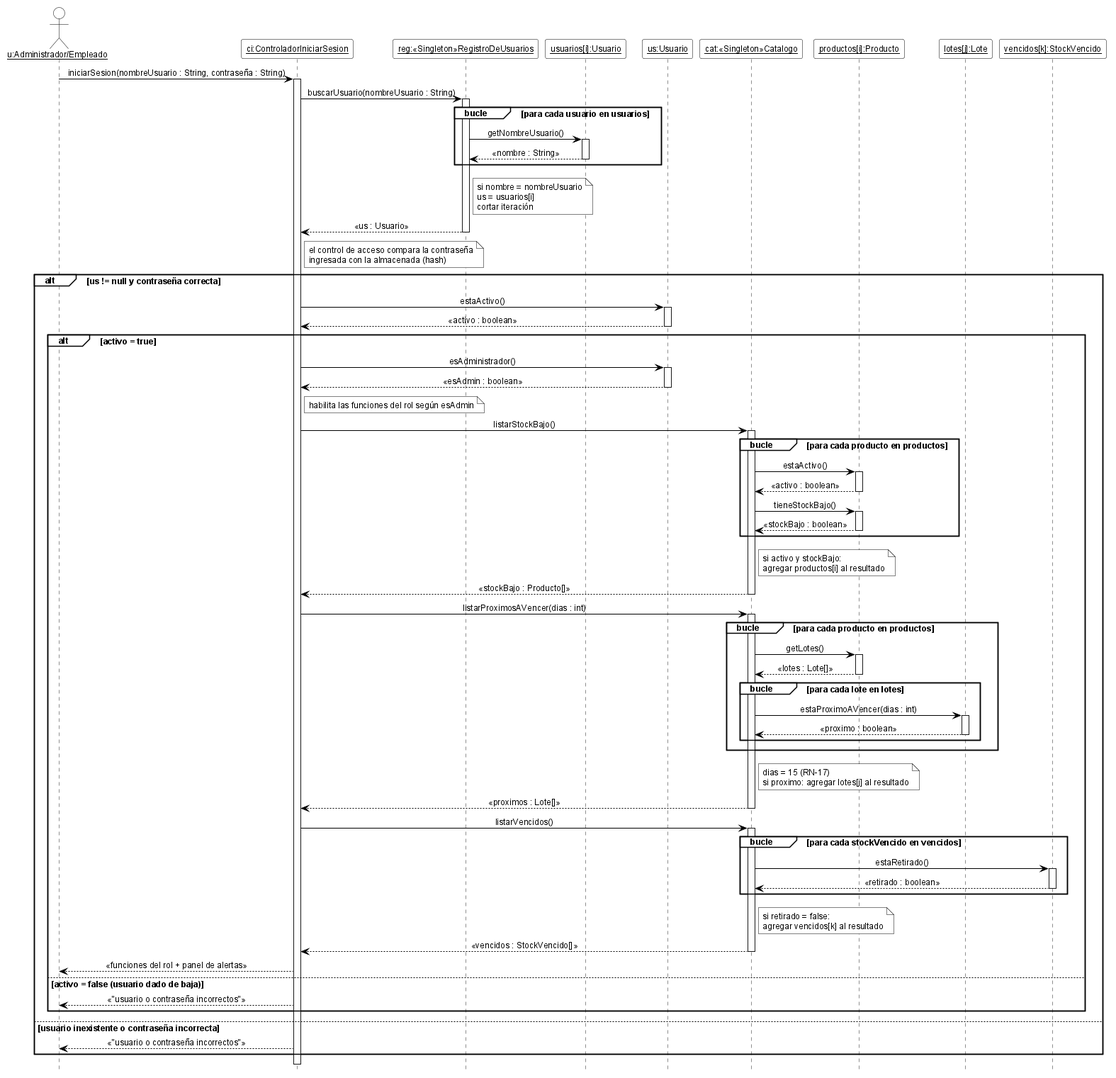
This is 08-Diagrama De Secuencia/DSD_CU-01_iniciarSesion.png from cirotop/Stock-Project, a PlantUML export, as it was before one commit.
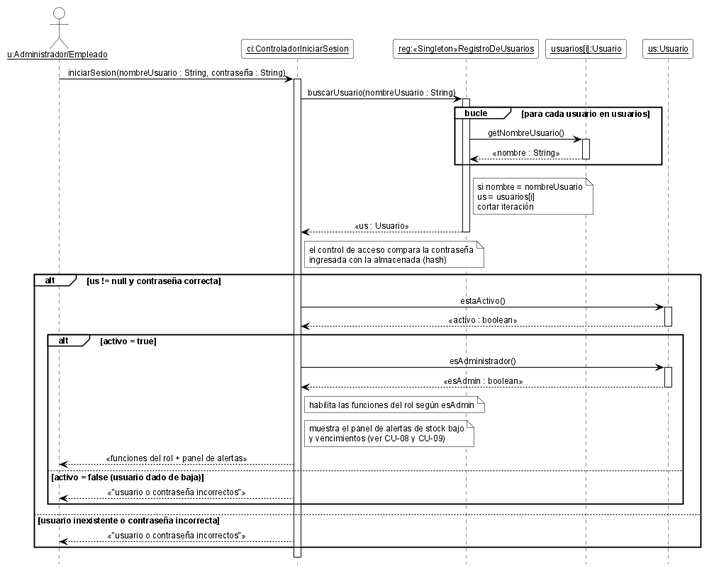
Later version of the same file.

The edit, as a diff of the source:
```diff
@@ -24,10 +24,6 @@
 participant "<u>reg:«Singleton»RegistroDeUsuarios</u>" as reg
 participant "<u>usuarios[i]:Usuario</u>" as ui
 participant "<u>us:Usuario</u>" as us
-participant "<u>cat:«Singleton»Catalogo</u>" as cat
-participant "<u>productos[i]:Producto</u>" as pi
-participant "<u>lotes[j]:Lote</u>" as li
-participant "<u>vencidos[k]:StockVencido</u>" as vi
 
 u -> ci ++ : iniciarSesion(nombreUsuario : String, contraseña : String)
 ci -> reg ++ : buscarUsuario(nombreUsuario : String)
@@ -49,33 +45,7 @@
     ci -> us ++ : esAdministrador()
     us --> ci -- : «esAdmin : boolean»
     note right of ci : habilita las funciones del rol según esAdmin
-    ci -> cat ++ : listarStockBajo()
-    group bucle [para cada producto en productos]
-      cat -> pi ++ : estaActivo()
-      pi --> cat -- : «activo : boolean»
-      cat -> pi ++ : tieneStockBajo()
-      pi --> cat -- : «stockBajo : boolean»
-    end
-    note right of cat : si activo y stockBajo:\nagregar productos[i] al resultado
-    cat --> ci -- : «stockBajo : Producto[]»
-    ci -> cat ++ : listarProximosAVencer(dias : int)
-    group bucle [para cada producto en productos]
-      cat -> pi ++ : getLotes()
-      pi --> cat -- : «lotes : Lote[]»
-      group bucle [para cada lote en lotes]
-        cat -> li ++ : estaProximoAVencer(dias : int)
-        li --> cat -- : «proximo : boolean»
-      end
-    end
-    note right of cat : dias = 15 (RN-17)\nsi proximo: agregar lotes[j] al resultado
-    cat --> ci -- : «proximos : Lote[]»
-    ci -> cat ++ : listarVencidos()
-    group bucle [para cada stockVencido en vencidos]
-      cat -> vi ++ : estaRetirado()
-      vi --> cat -- : «retirado : boolean»
-    end
-    note right of cat : si retirado = false:\nagregar vencidos[k] al resultado
-    cat --> ci -- : «vencidos : StockVencido[]»
+    note right of ci : muestra el panel de alertas de stock bajo\ny vencimientos (ver CU-08 y CU-09)
     ci --> u : «funciones del rol + panel de alertas»
   else activo = false (usuario dado de baja)
     ci --> u : «"usuario o contraseña incorrectos"»
```
